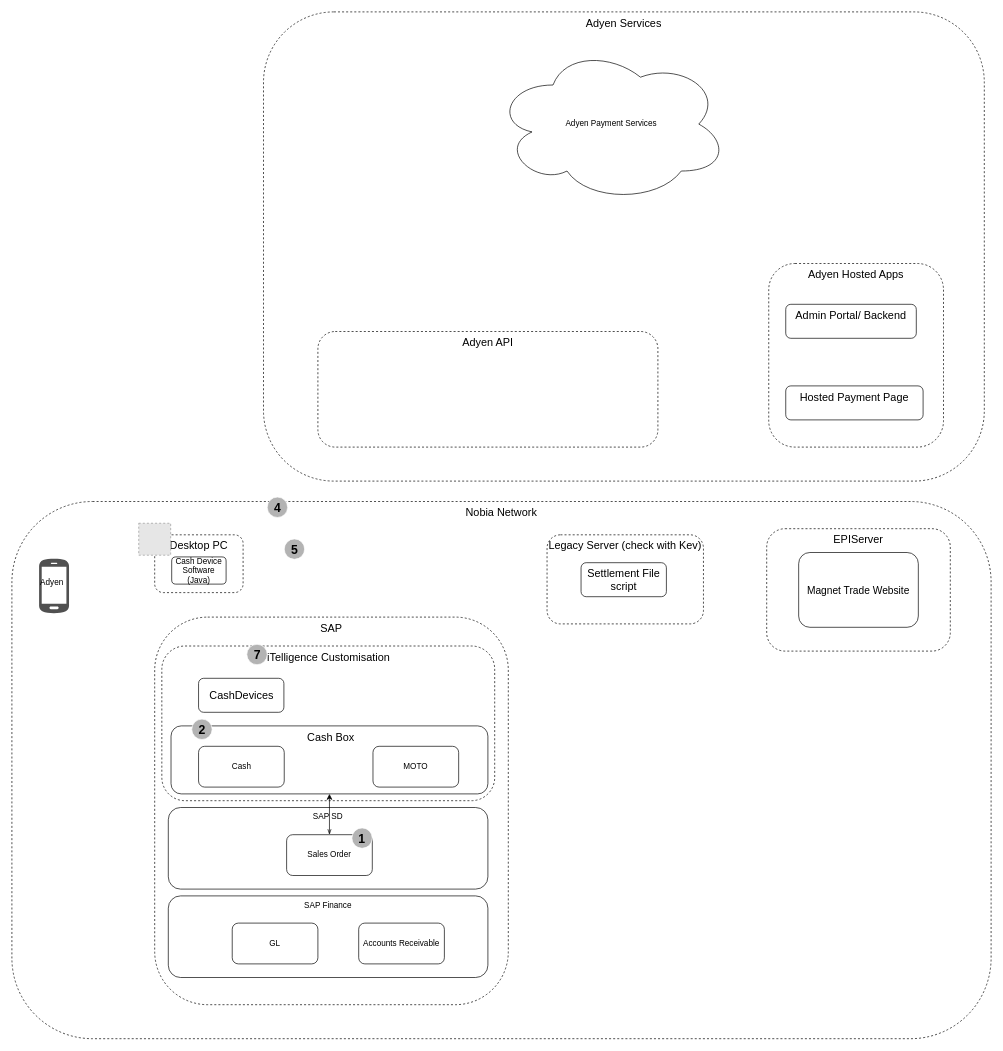
The draw.io diagram page "As -Is Cash" (1 of 6) of Adyen Options.drawio in mrf742002/Diagrams, before the edit. Source tidied: cells renumbered, new cells numbered last; positions are measured from the earlier drawing's top-left corner, leaving out a move shared by most shapes. Both pictures are drawn from the tidied source at 68%, with x=0, y=0 at pixel (12, 12). Pictures stored in the file or linked from it are replaced by grey dashed boxes.
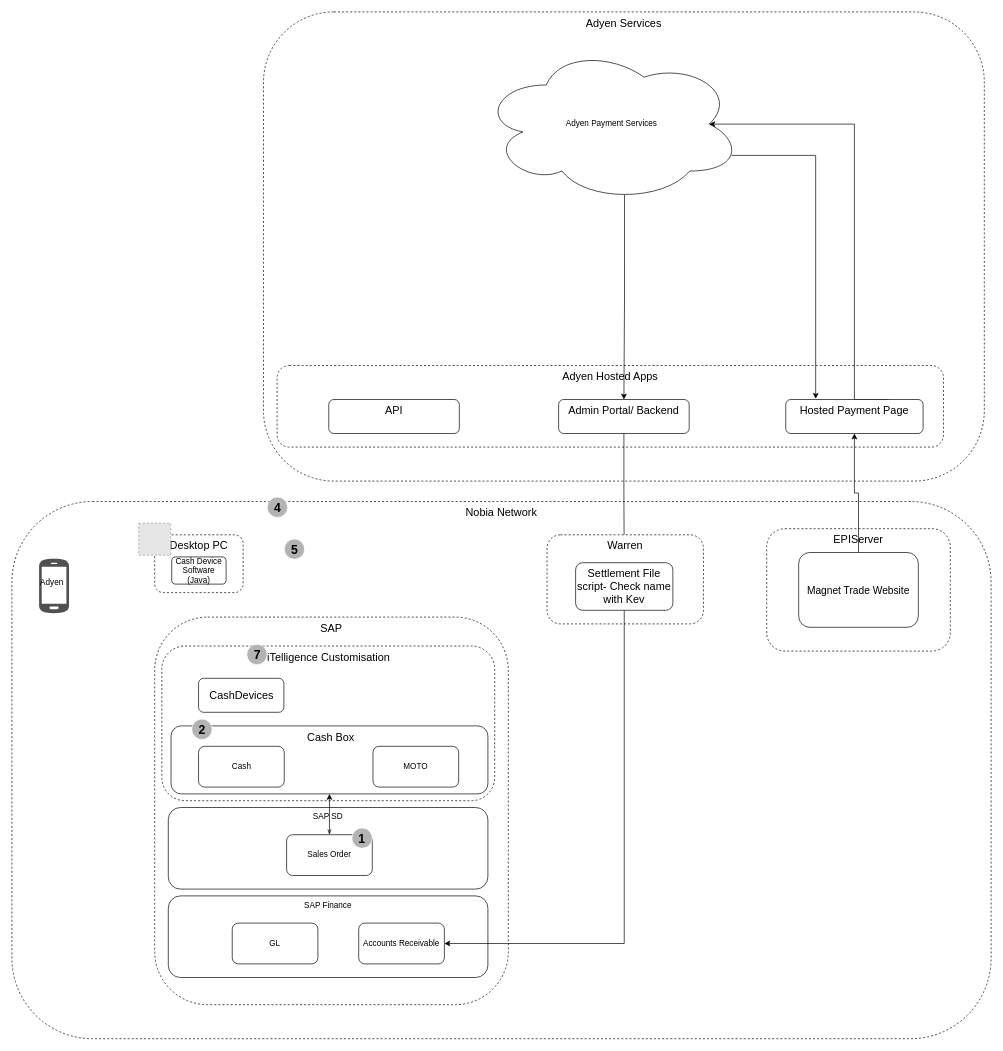
The same page after the edit.

The change refers to these unchanged cells:
```xml
<mxCell id="29" value="&lt;font style=&quot;font-size: 15px&quot;&gt;Magnet Trade Website&lt;/font&gt;" style="rounded=1;whiteSpace=wrap;html=1;" parent="1" vertex="1">
  <mxGeometry x="1157" y="795" width="176" height="110" as="geometry" />
</mxCell>
<mxCell id="32" value="Accounts Receivable" style="rounded=1;whiteSpace=wrap;html=1;" parent="1" vertex="1">
  <mxGeometry x="510" y="1340" width="126" height="60" as="geometry" />
</mxCell>
```

Change to the diagram source:
```diff
@@
     <mxCell id="6" value="&lt;span style=&quot;font-size: 16px&quot;&gt;Adyen Hosted Apps&lt;/span&gt;" style="rounded=1;whiteSpace=wrap;html=1;dashed=1;verticalAlign=top;" parent="1" vertex="1">
-      <mxGeometry x="1113" y="370" width="257" height="270" as="geometry" />
+      <mxGeometry x="390" y="520" width="980" height="120" as="geometry" />
     </mxCell>
@@
+    <mxCell id="35" style="edgeStyle=orthogonalEdgeStyle;rounded=0;jettySize=auto;html=1;exitX=0.55;exitY=0.95;exitDx=0;exitDy=0;exitPerimeter=0;" parent="1" edge="1" source="12" target="27">
+      <mxGeometry relative="1" as="geometry" />
+    </mxCell>
+    <mxCell id="36" style="edgeStyle=orthogonalEdgeStyle;rounded=0;jettySize=auto;html=1;exitX=0.96;exitY=0.7;exitDx=0;exitDy=0;exitPerimeter=0;entryX=0.218;entryY=-0.02;entryDx=0;entryDy=0;entryPerimeter=0;" parent="1" edge="1" source="12" target="26">
+      <mxGeometry relative="1" as="geometry" />
+    </mxCell>
     <mxCell id="12" value="Adyen Payment Services" style="ellipse;shape=cloud;whiteSpace=wrap;html=1;" parent="1" vertex="1">
-      <mxGeometry x="710" y="50" width="343" height="230" as="geometry" />
+      <mxGeometry x="690" y="50" width="383.5" height="230" as="geometry" />
     </mxCell>
@@
+    <mxCell id="37" style="edgeStyle=orthogonalEdgeStyle;rounded=0;jettySize=auto;html=1;exitX=0.75;exitY=0;exitDx=0;exitDy=0;entryX=0.875;entryY=0.5;entryDx=0;entryDy=0;entryPerimeter=0;" parent="1" edge="1" source="26" target="12">
+      <mxGeometry relative="1" as="geometry">
+        <Array as="points">
+          <mxPoint x="1239" y="570" />
+          <mxPoint x="1239" y="165" />
+        </Array>
+      </mxGeometry>
+    </mxCell>
     <mxCell id="26" value="&lt;span style=&quot;font-size: 16px&quot;&gt;Hosted Payment Page&lt;/span&gt;" style="rounded=1;whiteSpace=wrap;html=1;verticalAlign=top;" parent="1" vertex="1">
-      <mxGeometry x="1138" y="550" width="202" height="50" as="geometry" />
+      <mxGeometry x="1138" y="570" width="202" height="50" as="geometry" />
     </mxCell>
+    <mxCell id="38" style="edgeStyle=orthogonalEdgeStyle;rounded=0;jettySize=auto;html=1;exitX=0.5;exitY=1;exitDx=0;exitDy=0;" parent="1" edge="1" source="27" target="34">
+      <mxGeometry relative="1" as="geometry" />
+    </mxCell>
     <mxCell id="27" value="&lt;span style=&quot;font-size: 16px&quot;&gt;Admin Portal/ Backend&lt;/span&gt;" style="rounded=1;whiteSpace=wrap;html=1;verticalAlign=top;" parent="1" vertex="1">
-      <mxGeometry x="1138" y="430" width="192" height="50" as="geometry" />
+      <mxGeometry x="804" y="570" width="192" height="50" as="geometry" />
     </mxCell>
-    <mxCell id="28" value="&lt;span style=&quot;font-size: 16px&quot;&gt;Adyen API&lt;/span&gt;" style="rounded=1;whiteSpace=wrap;html=1;dashed=1;verticalAlign=top;" parent="1" vertex="1">
-      <mxGeometry x="450" y="470" width="500" height="170" as="geometry" />
-    </mxCell>
+    <mxCell id="39" style="edgeStyle=orthogonalEdgeStyle;rounded=0;jettySize=auto;html=1;exitX=0.5;exitY=0;exitDx=0;exitDy=0;" parent="1" edge="1" source="29" target="26">
+      <mxGeometry relative="1" as="geometry" />
+    </mxCell>
@@
-    <mxCell id="33" value="&lt;font style=&quot;font-size: 16px&quot;&gt;Legacy Server (check with Kev)&lt;/font&gt;" style="rounded=1;whiteSpace=wrap;html=1;dashed=1;verticalAlign=top;" parent="1" vertex="1">
+    <mxCell id="33" value="&lt;font style=&quot;font-size: 16px&quot;&gt;Warren&lt;/font&gt;" style="rounded=1;whiteSpace=wrap;html=1;dashed=1;verticalAlign=top;" parent="1" vertex="1">
       <mxGeometry x="787" y="769" width="230" height="131" as="geometry" />
     </mxCell>
+    <mxCell id="40" style="edgeStyle=orthogonalEdgeStyle;rounded=0;jettySize=auto;html=1;exitX=0.5;exitY=1;exitDx=0;exitDy=0;entryX=1;entryY=0.5;entryDx=0;entryDy=0;" parent="1" edge="1" source="34" target="32">
+      <mxGeometry relative="1" as="geometry" />
+    </mxCell>
-    <mxCell id="34" value="Settlement File script" style="rounded=1;whiteSpace=wrap;html=1;fontSize=16;" parent="1" vertex="1">
-      <mxGeometry x="837" y="810" width="125.5" height="50" as="geometry" />
+    <mxCell id="34" value="Settlement File script- Check name with Kev" style="rounded=1;whiteSpace=wrap;html=1;fontSize=16;" parent="1" vertex="1">
+      <mxGeometry x="829" y="810" width="143" height="70" as="geometry" />
     </mxCell>
+    <mxCell id="41" value="&lt;span style=&quot;font-size: 16px&quot;&gt;API&lt;/span&gt;" style="rounded=1;whiteSpace=wrap;html=1;verticalAlign=top;" parent="1" vertex="1">
+      <mxGeometry x="466" y="570" width="192" height="50" as="geometry" />
+    </mxCell>
```
